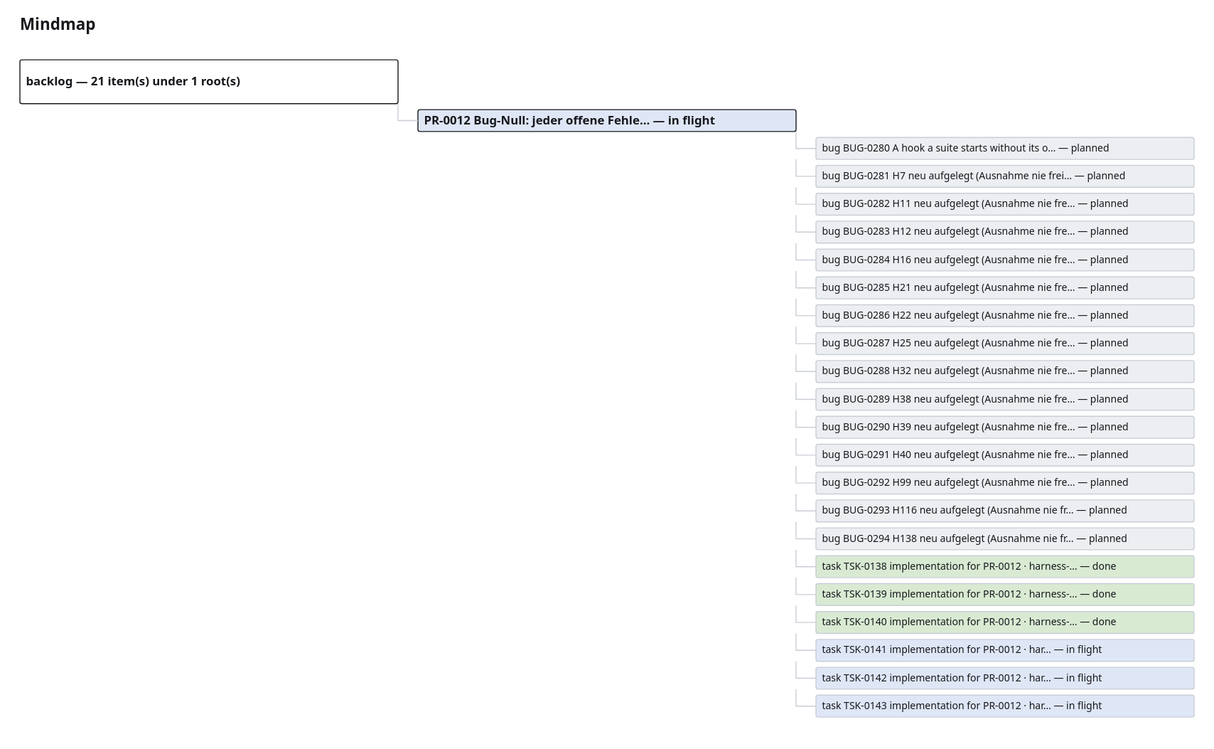
This is project_memory/generated/mindmap.drawio.svg from GiaZenX/harness, a draw.io export, as it was before one commit. Source tidied: cells renumbered, new cells last; positions are measured from the earlier drawing's top-left corner, leaving out a move shared by most shapes.
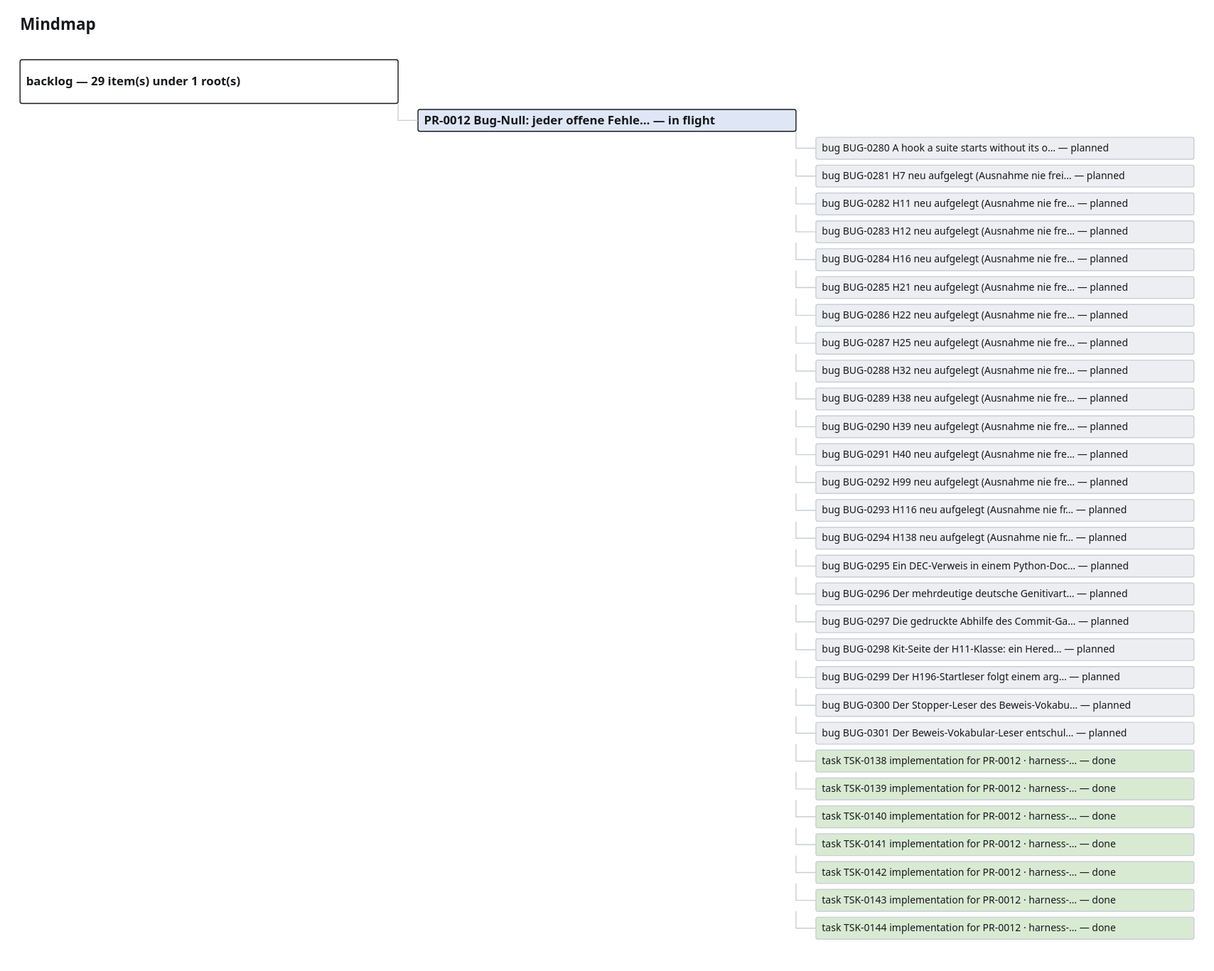
The same diagram one commit later.

What changed in the source:
```diff
@@ -5,7 +5,7 @@
     <mxCell id="2" value="Mindmap" style="text;html=1;fontSize=16;fontStyle=1;" parent="1" vertex="1">
       <mxGeometry width="300" height="20" as="geometry" />
     </mxCell>
-    <mxCell id="3" value="backlog — 21 item(s) under 1 root(s)" style="rounded=1;whiteSpace=wrap;html=1;fillColor=#ffffff;strokeColor=#16181c;fontSize=12;fontStyle=1;" parent="1" vertex="1">
+    <mxCell id="3" value="backlog — 29 item(s) under 1 root(s)" style="rounded=1;whiteSpace=wrap;html=1;fillColor=#ffffff;strokeColor=#16181c;fontSize=12;fontStyle=1;" parent="1" vertex="1">
       <mxGeometry y="44" width="380" height="44" as="geometry" />
     </mxCell>
     <mxCell id="4" value="PR-0012 Bug-Null: jeder offene Fehle… — in flight" style="rounded=1;whiteSpace=wrap;html=1;fillColor=#dfe6f5;strokeColor=#16181c;fontSize=12;fontStyle=1;" parent="1" vertex="1">
@@ -104,41 +104,89 @@
     <mxCell id="35" style="edgeStyle=orthogonalEdgeStyle;endArrow=none;strokeColor=#c9ced6;" parent="1" edge="1" source="4" target="34">
       <mxGeometry relative="1" as="geometry" />
     </mxCell>
-    <mxCell id="36" value="task TSK-0138 implementation for PR-0012 · harness-… — done" style="rounded=1;whiteSpace=wrap;html=1;fillColor=#d9ead3;strokeColor=#c9ced6;fontSize=10;" parent="1" vertex="1">
+    <mxCell id="36" value="bug BUG-0295 Ein DEC-Verweis in einem Python-Doc… — planned" style="rounded=1;whiteSpace=wrap;html=1;fillColor=#eceef1;strokeColor=#c9ced6;fontSize=10;" parent="1" vertex="1">
       <mxGeometry x="800" y="542" width="380" height="22" as="geometry" />
     </mxCell>
     <mxCell id="37" style="edgeStyle=orthogonalEdgeStyle;endArrow=none;strokeColor=#c9ced6;" parent="1" edge="1" source="4" target="36">
       <mxGeometry relative="1" as="geometry" />
     </mxCell>
-    <mxCell id="38" value="task TSK-0139 implementation for PR-0012 · harness-… — done" style="rounded=1;whiteSpace=wrap;html=1;fillColor=#d9ead3;strokeColor=#c9ced6;fontSize=10;" parent="1" vertex="1">
+    <mxCell id="38" value="bug BUG-0296 Der mehrdeutige deutsche Genitivart… — planned" style="rounded=1;whiteSpace=wrap;html=1;fillColor=#eceef1;strokeColor=#c9ced6;fontSize=10;" parent="1" vertex="1">
       <mxGeometry x="800" y="570" width="380" height="22" as="geometry" />
     </mxCell>
     <mxCell id="39" style="edgeStyle=orthogonalEdgeStyle;endArrow=none;strokeColor=#c9ced6;" parent="1" edge="1" source="4" target="38">
       <mxGeometry relative="1" as="geometry" />
     </mxCell>
-    <mxCell id="40" value="task TSK-0140 implementation for PR-0012 · harness-… — done" style="rounded=1;whiteSpace=wrap;html=1;fillColor=#d9ead3;strokeColor=#c9ced6;fontSize=10;" parent="1" vertex="1">
+    <mxCell id="40" value="bug BUG-0297 Die gedruckte Abhilfe des Commit-Ga… — planned" style="rounded=1;whiteSpace=wrap;html=1;fillColor=#eceef1;strokeColor=#c9ced6;fontSize=10;" parent="1" vertex="1">
       <mxGeometry x="800" y="598" width="380" height="22" as="geometry" />
     </mxCell>
     <mxCell id="41" style="edgeStyle=orthogonalEdgeStyle;endArrow=none;strokeColor=#c9ced6;" parent="1" edge="1" source="4" target="40">
       <mxGeometry relative="1" as="geometry" />
     </mxCell>
-    <mxCell id="42" value="task TSK-0141 implementation for PR-0012 · har… — in flight" style="rounded=1;whiteSpace=wrap;html=1;fillColor=#dfe6f5;strokeColor=#c9ced6;fontSize=10;" parent="1" vertex="1">
+    <mxCell id="42" value="bug BUG-0298 Kit-Seite der H11-Klasse: ein Hered… — planned" style="rounded=1;whiteSpace=wrap;html=1;fillColor=#eceef1;strokeColor=#c9ced6;fontSize=10;" parent="1" vertex="1">
       <mxGeometry x="800" y="626" width="380" height="22" as="geometry" />
     </mxCell>
     <mxCell id="43" style="edgeStyle=orthogonalEdgeStyle;endArrow=none;strokeColor=#c9ced6;" parent="1" edge="1" source="4" target="42">
       <mxGeometry relative="1" as="geometry" />
     </mxCell>
-    <mxCell id="44" value="task TSK-0142 implementation for PR-0012 · har… — in flight" style="rounded=1;whiteSpace=wrap;html=1;fillColor=#dfe6f5;strokeColor=#c9ced6;fontSize=10;" parent="1" vertex="1">
+    <mxCell id="44" value="bug BUG-0299 Der H196-Startleser folgt einem arg… — planned" style="rounded=1;whiteSpace=wrap;html=1;fillColor=#eceef1;strokeColor=#c9ced6;fontSize=10;" parent="1" vertex="1">
       <mxGeometry x="800" y="654" width="380" height="22" as="geometry" />
     </mxCell>
     <mxCell id="45" style="edgeStyle=orthogonalEdgeStyle;endArrow=none;strokeColor=#c9ced6;" parent="1" edge="1" source="4" target="44">
       <mxGeometry relative="1" as="geometry" />
     </mxCell>
-    <mxCell id="46" value="task TSK-0143 implementation for PR-0012 · har… — in flight" style="rounded=1;whiteSpace=wrap;html=1;fillColor=#dfe6f5;strokeColor=#c9ced6;fontSize=10;" parent="1" vertex="1">
+    <mxCell id="46" value="bug BUG-0300 Der Stopper-Leser des Beweis-Vokabu… — planned" style="rounded=1;whiteSpace=wrap;html=1;fillColor=#eceef1;strokeColor=#c9ced6;fontSize=10;" parent="1" vertex="1">
       <mxGeometry x="800" y="682" width="380" height="22" as="geometry" />
     </mxCell>
     <mxCell id="47" style="edgeStyle=orthogonalEdgeStyle;endArrow=none;strokeColor=#c9ced6;" parent="1" edge="1" source="4" target="46">
       <mxGeometry relative="1" as="geometry" />
     </mxCell>
+    <mxCell id="48" value="bug BUG-0301 Der Beweis-Vokabular-Leser entschul… — planned" style="rounded=1;whiteSpace=wrap;html=1;fillColor=#eceef1;strokeColor=#c9ced6;fontSize=10;" parent="1" vertex="1">
+      <mxGeometry x="800" y="710" width="380" height="22" as="geometry" />
+    </mxCell>
+    <mxCell id="49" style="edgeStyle=orthogonalEdgeStyle;endArrow=none;strokeColor=#c9ced6;" parent="1" edge="1" source="4" target="48">
+      <mxGeometry relative="1" as="geometry" />
+    </mxCell>
+    <mxCell id="50" value="task TSK-0138 implementation for PR-0012 · harness-… — done" style="rounded=1;whiteSpace=wrap;html=1;fillColor=#d9ead3;strokeColor=#c9ced6;fontSize=10;" parent="1" vertex="1">
+      <mxGeometry x="800" y="738" width="380" height="22" as="geometry" />
+    </mxCell>
+    <mxCell id="51" style="edgeStyle=orthogonalEdgeStyle;endArrow=none;strokeColor=#c9ced6;" parent="1" edge="1" source="4" target="50">
+      <mxGeometry relative="1" as="geometry" />
+    </mxCell>
+    <mxCell id="52" value="task TSK-0139 implementation for PR-0012 · harness-… — done" style="rounded=1;whiteSpace=wrap;html=1;fillColor=#d9ead3;strokeColor=#c9ced6;fontSize=10;" parent="1" vertex="1">
+      <mxGeometry x="800" y="766" width="380" height="22" as="geometry" />
+    </mxCell>
+    <mxCell id="53" style="edgeStyle=orthogonalEdgeStyle;endArrow=none;strokeColor=#c9ced6;" parent="1" edge="1" source="4" target="52">
+      <mxGeometry relative="1" as="geometry" />
+    </mxCell>
+    <mxCell id="54" value="task TSK-0140 implementation for PR-0012 · harness-… — done" style="rounded=1;whiteSpace=wrap;html=1;fillColor=#d9ead3;strokeColor=#c9ced6;fontSize=10;" parent="1" vertex="1">
+      <mxGeometry x="800" y="794" width="380" height="22" as="geometry" />
+    </mxCell>
+    <mxCell id="55" style="edgeStyle=orthogonalEdgeStyle;endArrow=none;strokeColor=#c9ced6;" parent="1" edge="1" source="4" target="54">
+      <mxGeometry relative="1" as="geometry" />
+    </mxCell>
+    <mxCell id="56" value="task TSK-0141 implementation for PR-0012 · harness-… — done" style="rounded=1;whiteSpace=wrap;html=1;fillColor=#d9ead3;strokeColor=#c9ced6;fontSize=10;" parent="1" vertex="1">
+      <mxGeometry x="800" y="822" width="380" height="22" as="geometry" />
+    </mxCell>
+    <mxCell id="57" style="edgeStyle=orthogonalEdgeStyle;endArrow=none;strokeColor=#c9ced6;" parent="1" edge="1" source="4" target="56">
+      <mxGeometry relative="1" as="geometry" />
+    </mxCell>
+    <mxCell id="58" value="task TSK-0142 implementation for PR-0012 · harness-… — done" style="rounded=1;whiteSpace=wrap;html=1;fillColor=#d9ead3;strokeColor=#c9ced6;fontSize=10;" parent="1" vertex="1">
+      <mxGeometry x="800" y="850" width="380" height="22" as="geometry" />
+    </mxCell>
+    <mxCell id="59" style="edgeStyle=orthogonalEdgeStyle;endArrow=none;strokeColor=#c9ced6;" parent="1" edge="1" source="4" target="58">
+      <mxGeometry relative="1" as="geometry" />
+    </mxCell>
+    <mxCell id="60" value="task TSK-0143 implementation for PR-0012 · harness-… — done" style="rounded=1;whiteSpace=wrap;html=1;fillColor=#d9ead3;strokeColor=#c9ced6;fontSize=10;" parent="1" vertex="1">
+      <mxGeometry x="800" y="878" width="380" height="22" as="geometry" />
+    </mxCell>
+    <mxCell id="61" style="edgeStyle=orthogonalEdgeStyle;endArrow=none;strokeColor=#c9ced6;" parent="1" edge="1" source="4" target="60">
+      <mxGeometry relative="1" as="geometry" />
+    </mxCell>
+    <mxCell id="62" value="task TSK-0144 implementation for PR-0012 · harness-… — done" style="rounded=1;whiteSpace=wrap;html=1;fillColor=#d9ead3;strokeColor=#c9ced6;fontSize=10;" parent="1" vertex="1">
+      <mxGeometry x="800" y="906" width="380" height="22" as="geometry" />
+    </mxCell>
+    <mxCell id="63" style="edgeStyle=orthogonalEdgeStyle;endArrow=none;strokeColor=#c9ced6;" parent="1" edge="1" source="4" target="62">
+      <mxGeometry relative="1" as="geometry" />
+    </mxCell>
   </root>
 </mxGraphModel>
```
